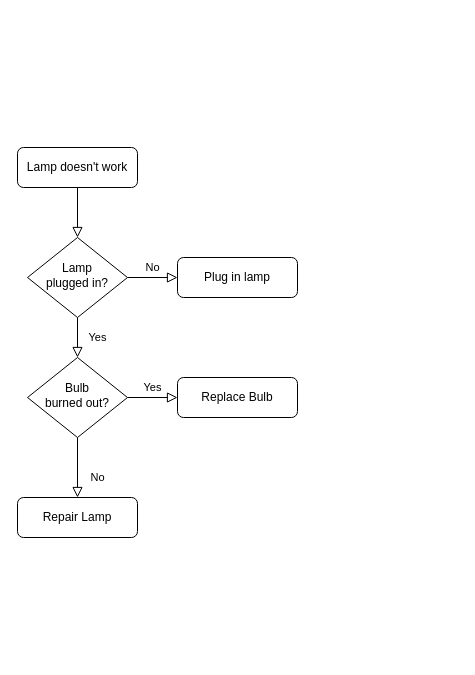
Above: Untitled Diagram.drawio in TechFreak2003/Demo (draw.io), before the change. Source tidied: cells renumbered, new cells numbered last; positions are measured from the earlier drawing's top-left corner, leaving out a move shared by most shapes. Both pictures are drawn from the tidied source at 100%, with x=0, y=0 at pixel (17, 147).
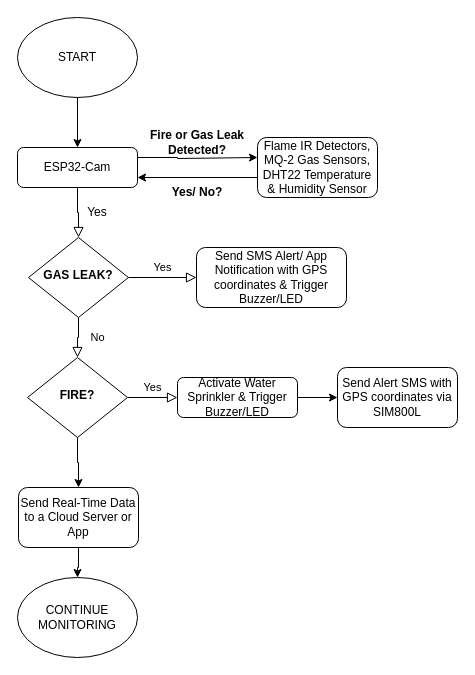
Above is the later version.

What changed in the source:
```diff
@@
+    <mxCell id="13" style="edgeStyle=orthogonalEdgeStyle;rounded=0;orthogonalLoop=1;jettySize=auto;html=1;entryX=0;entryY=0.5;entryDx=0;entryDy=0;" parent="1" edge="1">
+      <mxGeometry relative="1" as="geometry">
+        <mxPoint x="120" y="10" as="sourcePoint" />
+        <mxPoint x="240" y="10" as="targetPoint" />
+        <Array as="points">
+          <mxPoint x="160" y="10" />
+          <mxPoint x="160" y="11" />
+        </Array>
+      </mxGeometry>
+    </mxCell>
-    <mxCell id="3" value="Lamp doesn't work" style="rounded=1;whiteSpace=wrap;html=1;fontSize=12;glass=0;strokeWidth=1;shadow=0;" parent="1" vertex="1">
+    <mxCell id="3" value="ESP32-Cam" style="rounded=1;whiteSpace=wrap;html=1;fontSize=12;glass=0;strokeWidth=1;shadow=0;" parent="1" vertex="1">
       <mxGeometry width="120" height="40" as="geometry" />
     </mxCell>
-    <mxCell id="4" value="Yes" style="rounded=0;html=1;jettySize=auto;fontSize=11;endArrow=block;endFill=0;endSize=8;strokeWidth=1;shadow=0;labelBackgroundColor=none;edgeStyle=orthogonalEdgeStyle;" parent="1" edge="1" source="6" target="10">
+    <mxCell id="4" value="No" style="rounded=0;html=1;jettySize=auto;fontSize=11;endArrow=block;endFill=0;endSize=8;strokeWidth=1;shadow=0;labelBackgroundColor=none;edgeStyle=orthogonalEdgeStyle;" parent="1" edge="1" source="6" target="10">
       <mxGeometry y="20" relative="1" as="geometry" />
     </mxCell>
-    <mxCell id="5" value="No" style="edgeStyle=orthogonalEdgeStyle;rounded=0;html=1;jettySize=auto;fontSize=11;endArrow=block;endFill=0;endSize=8;strokeWidth=1;shadow=0;labelBackgroundColor=none;" parent="1" edge="1" source="6" target="7">
+    <mxCell id="5" value="Yes" style="edgeStyle=orthogonalEdgeStyle;rounded=0;html=1;jettySize=auto;fontSize=11;endArrow=block;endFill=0;endSize=8;strokeWidth=1;shadow=0;labelBackgroundColor=none;" parent="1" edge="1" source="6" target="7">
       <mxGeometry y="10" relative="1" as="geometry" />
     </mxCell>
-    <mxCell id="6" value="Lamp&lt;br&gt;plugged in?" style="rhombus;whiteSpace=wrap;html=1;shadow=0;fontFamily=Helvetica;fontSize=12;align=center;strokeWidth=1;spacing=6;spacingTop=-4;" parent="1" vertex="1">
-      <mxGeometry x="10" y="90" width="100" height="80" as="geometry" />
+    <mxCell id="6" value="&lt;b&gt;GAS LEAK?&lt;/b&gt;" style="rhombus;whiteSpace=wrap;html=1;shadow=0;fontFamily=Helvetica;fontSize=12;align=center;strokeWidth=1;spacing=6;spacingTop=-4;" parent="1" vertex="1">
+      <mxGeometry x="11" y="90" width="100" height="80" as="geometry" />
     </mxCell>
-    <mxCell id="7" value="Plug in lamp" style="rounded=1;whiteSpace=wrap;html=1;fontSize=12;glass=0;strokeWidth=1;shadow=0;" parent="1" vertex="1">
-      <mxGeometry x="160" y="110" width="120" height="40" as="geometry" />
+    <mxCell id="7" value="Send SMS Alert/ App Notification with GPS coordinates &amp;amp; Trigger Buzzer/LED" style="rounded=1;whiteSpace=wrap;html=1;fontSize=12;glass=0;strokeWidth=1;shadow=0;" parent="1" vertex="1">
+      <mxGeometry x="179" y="100" width="150" height="60" as="geometry" />
     </mxCell>
-    <mxCell id="8" value="No" style="rounded=0;html=1;jettySize=auto;fontSize=11;endArrow=block;endFill=0;endSize=8;strokeWidth=1;shadow=0;labelBackgroundColor=none;edgeStyle=orthogonalEdgeStyle;" parent="1" edge="1" source="10" target="11">
-      <mxGeometry x="0.33" y="20" relative="1" as="geometry" />
-    </mxCell>
@@
+    <mxCell id="14" style="edgeStyle=orthogonalEdgeStyle;rounded=0;jettySize=auto;html=1;" parent="1" edge="1" source="10" target="25">
+      <mxGeometry relative="1" as="geometry" />
+    </mxCell>
-    <mxCell id="10" value="Bulb&lt;br&gt;burned out?" style="rhombus;whiteSpace=wrap;html=1;shadow=0;fontFamily=Helvetica;fontSize=12;align=center;strokeWidth=1;spacing=6;spacingTop=-4;" parent="1" vertex="1">
+    <mxCell id="10" value="&lt;b&gt;FIRE?&lt;/b&gt;" style="rhombus;whiteSpace=wrap;html=1;shadow=0;fontFamily=Helvetica;fontSize=12;align=center;strokeWidth=1;spacing=6;spacingTop=-4;" parent="1" vertex="1">
       <mxGeometry x="10" y="210" width="100" height="80" as="geometry" />
     </mxCell>
-    <mxCell id="11" value="Repair Lamp" style="rounded=1;whiteSpace=wrap;html=1;fontSize=12;glass=0;strokeWidth=1;shadow=0;" parent="1" vertex="1">
-      <mxGeometry y="350" width="120" height="40" as="geometry" />
-    </mxCell>
+    <mxCell id="15" style="edgeStyle=orthogonalEdgeStyle;rounded=0;jettySize=auto;html=1;" parent="1" edge="1" source="12" target="23">
+      <mxGeometry relative="1" as="geometry" />
+    </mxCell>
-    <mxCell id="12" value="Replace Bulb" style="rounded=1;whiteSpace=wrap;html=1;fontSize=12;glass=0;strokeWidth=1;shadow=0;" parent="1" vertex="1">
+    <mxCell id="12" value="Activate Water Sprinkler &amp;amp; Trigger Buzzer/LED" style="rounded=1;whiteSpace=wrap;html=1;fontSize=12;glass=0;strokeWidth=1;shadow=0;" parent="1" vertex="1">
       <mxGeometry x="160" y="230" width="120" height="40" as="geometry" />
     </mxCell>
+    <mxCell id="16" style="edgeStyle=orthogonalEdgeStyle;rounded=0;jettySize=auto;html=1;" parent="1" edge="1" source="17" target="3">
+      <mxGeometry relative="1" as="geometry" />
+    </mxCell>
+    <mxCell id="17" value="START" style="ellipse;whiteSpace=wrap;html=1;" parent="1" vertex="1">
+      <mxGeometry y="-130" width="120" height="80" as="geometry" />
+    </mxCell>
+    <mxCell id="18" value="Flame IR Detectors, MQ-2 Gas Sensors,&lt;div&gt;DHT22 Temperature &amp;amp; Humidity Sensor&lt;/div&gt;" style="whiteSpace=wrap;html=1;rounded=1;glass=0;strokeWidth=1;shadow=0;" parent="1" vertex="1">
+      <mxGeometry x="240" y="-10" width="120" height="60" as="geometry" />
+    </mxCell>
+    <mxCell id="19" style="edgeStyle=orthogonalEdgeStyle;rounded=0;orthogonalLoop=1;jettySize=auto;html=1;" parent="1" edge="1">
+      <mxGeometry relative="1" as="geometry">
+        <mxPoint x="240" y="30" as="sourcePoint" />
+        <mxPoint x="120" y="30" as="targetPoint" />
+      </mxGeometry>
+    </mxCell>
+    <mxCell id="20" value="Fire or Gas Leak Detected?" style="text;html=1;align=center;verticalAlign=middle;whiteSpace=wrap;rounded=0;fontStyle=1;" parent="1" vertex="1">
+      <mxGeometry x="120" y="-20" width="120" height="30" as="geometry" />
+    </mxCell>
+    <mxCell id="21" value="Yes/ No?" style="text;html=1;align=center;verticalAlign=middle;whiteSpace=wrap;rounded=0;fontStyle=1;" parent="1" vertex="1">
+      <mxGeometry x="150" y="30" width="60" height="30" as="geometry" />
+    </mxCell>
+    <mxCell id="22" value="Yes" style="text;html=1;align=center;verticalAlign=middle;whiteSpace=wrap;rounded=0;" parent="1" vertex="1">
+      <mxGeometry x="50" y="50" width="60" height="30" as="geometry" />
+    </mxCell>
+    <mxCell id="23" value="&lt;br&gt;Send Alert SMS with GPS coordinates via SIM800L&lt;div&gt;&lt;br/&gt;&lt;/div&gt;" style="whiteSpace=wrap;html=1;rounded=1;glass=0;strokeWidth=1;shadow=0;" parent="1" vertex="1">
+      <mxGeometry x="320" y="220" width="120" height="60" as="geometry" />
+    </mxCell>
+    <mxCell id="24" style="edgeStyle=orthogonalEdgeStyle;rounded=0;jettySize=auto;html=1;" parent="1" edge="1" source="25" target="26">
+      <mxGeometry relative="1" as="geometry" />
+    </mxCell>
+    <mxCell id="25" value="&lt;br&gt;Send Real-Time Data to a Cloud Server or App&lt;div&gt;&lt;br/&gt;&lt;/div&gt;" style="rounded=1;whiteSpace=wrap;html=1;" parent="1" vertex="1">
+      <mxGeometry x="1" y="340" width="120" height="60" as="geometry" />
+    </mxCell>
+    <mxCell id="26" value="CONTINUE MONITORING" style="ellipse;whiteSpace=wrap;html=1;" parent="1" vertex="1">
+      <mxGeometry y="430" width="120" height="80" as="geometry" />
+    </mxCell>
```
